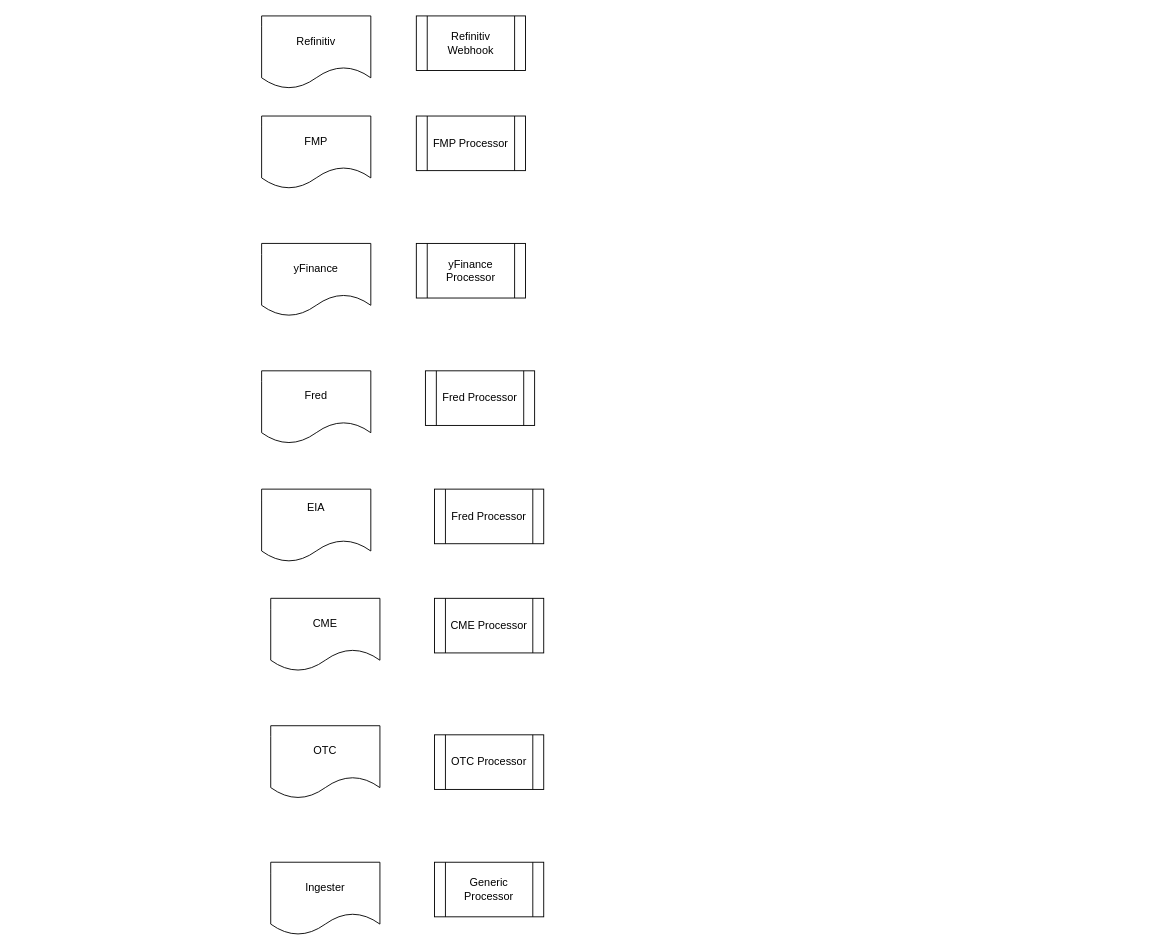
This is Untitled Diagram.drawio from ancgate/WhereToLiveRecommender, a draw.io file, before an edit. Source tidied: cells renumbered, new cells numbered last; positions are measured from the earlier drawing's top-left corner, leaving out a move shared by most shapes. Both pictures are drawn from the tidied source at 91%, with x=0, y=0 at pixel (261, 15).
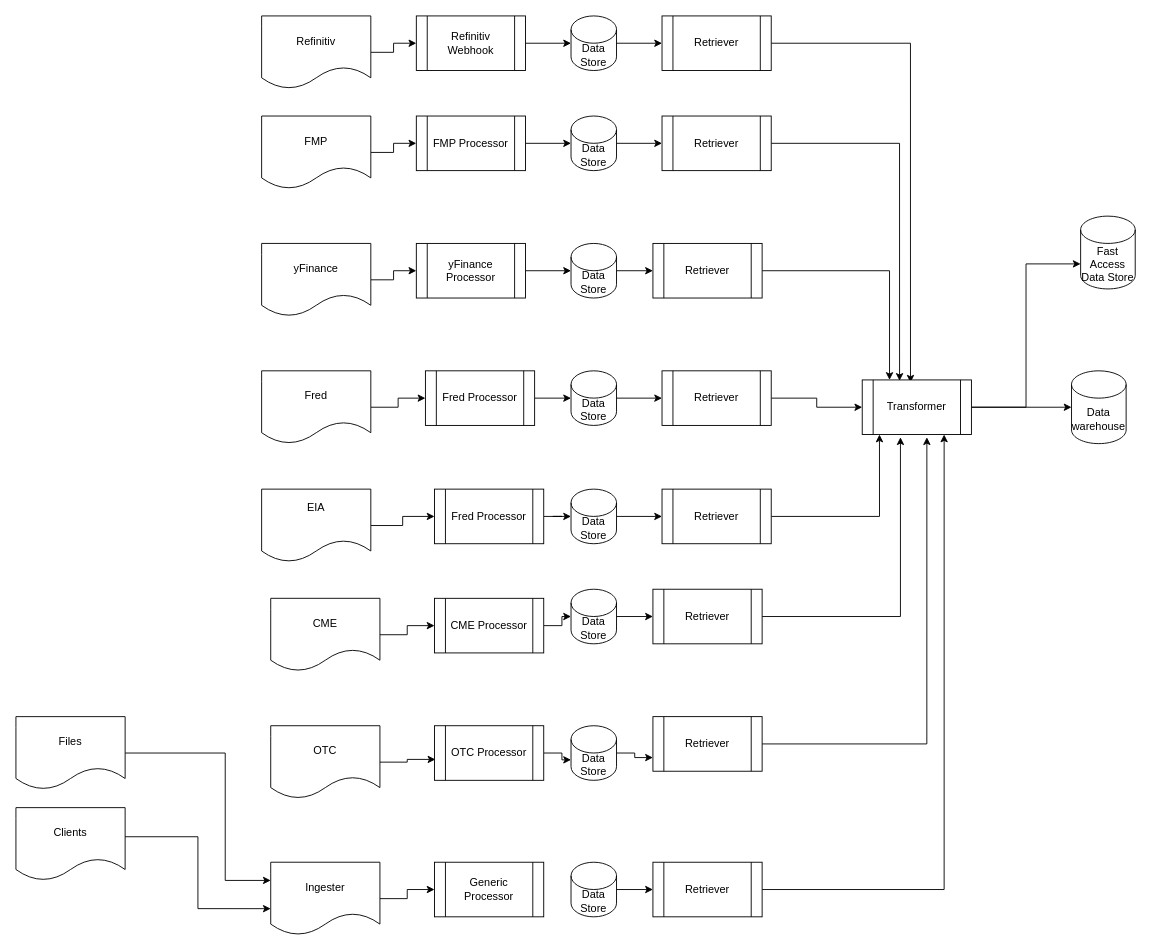
The same page after the edit.

The change refers to these unchanged cells:
```xml
<mxCell id="2" value="&#10;EIA&#10;&#10;" style="shape=document;whiteSpace=wrap;html=1;boundedLbl=1;" parent="1" vertex="1">
  <mxGeometry y="520" width="120" height="80" as="geometry" />
</mxCell>
<mxCell id="3" value="Fred" style="shape=document;whiteSpace=wrap;html=1;boundedLbl=1;" parent="1" vertex="1">
  <mxGeometry y="390" width="120" height="80" as="geometry" />
</mxCell>
<mxCell id="4" value="yFinance" style="shape=document;whiteSpace=wrap;html=1;boundedLbl=1;" parent="1" vertex="1">
  <mxGeometry y="250" width="120" height="80" as="geometry" />
</mxCell>
<mxCell id="5" value="FMP" style="shape=document;whiteSpace=wrap;html=1;boundedLbl=1;" parent="1" vertex="1">
  <mxGeometry y="110" width="120" height="80" as="geometry" />
</mxCell>
<mxCell id="6" value="Refinitiv" style="shape=document;whiteSpace=wrap;html=1;boundedLbl=1;" parent="1" vertex="1">
  <mxGeometry width="120" height="80" as="geometry" />
</mxCell>
<mxCell id="7" value="CME" style="shape=document;whiteSpace=wrap;html=1;boundedLbl=1;" parent="1" vertex="1">
  <mxGeometry x="10" y="640" width="120" height="80" as="geometry" />
</mxCell>
<mxCell id="8" value="OTC" style="shape=document;whiteSpace=wrap;html=1;boundedLbl=1;" parent="1" vertex="1">
  <mxGeometry x="10" y="780" width="120" height="80" as="geometry" />
</mxCell>
<mxCell id="9" value="Ingester" style="shape=document;whiteSpace=wrap;html=1;boundedLbl=1;" parent="1" vertex="1">
  <mxGeometry x="10" y="930" width="120" height="80" as="geometry" />
</mxCell>
<mxCell id="10" value="Refinitiv Webhook" style="shape=process;whiteSpace=wrap;html=1;backgroundOutline=1;" parent="1" vertex="1">
  <mxGeometry x="170" width="120" height="60" as="geometry" />
</mxCell>
<mxCell id="11" value="FMP Processor" style="shape=process;whiteSpace=wrap;html=1;backgroundOutline=1;" parent="1" vertex="1">
  <mxGeometry x="170" y="110" width="120" height="60" as="geometry" />
</mxCell>
<mxCell id="12" value="yFinance Processor" style="shape=process;whiteSpace=wrap;html=1;backgroundOutline=1;" parent="1" vertex="1">
  <mxGeometry x="170" y="250" width="120" height="60" as="geometry" />
</mxCell>
<mxCell id="13" value="Fred Processor" style="shape=process;whiteSpace=wrap;html=1;backgroundOutline=1;" parent="1" vertex="1">
  <mxGeometry x="180" y="390" width="120" height="60" as="geometry" />
</mxCell>
<mxCell id="15" value="CME Processor" style="shape=process;whiteSpace=wrap;html=1;backgroundOutline=1;" parent="1" vertex="1">
  <mxGeometry x="190" y="640" width="120" height="60" as="geometry" />
</mxCell>
<mxCell id="16" value="Fred Processor" style="shape=process;whiteSpace=wrap;html=1;backgroundOutline=1;" parent="1" vertex="1">
  <mxGeometry x="190" y="520" width="120" height="60" as="geometry" />
</mxCell>
<mxCell id="17" value="Generic Processor" style="shape=process;whiteSpace=wrap;html=1;backgroundOutline=1;" parent="1" vertex="1">
  <mxGeometry x="190" y="930" width="120" height="60" as="geometry" />
</mxCell>
```

What changed in the source:
```diff
@@
+    <mxCell id="18" style="edgeStyle=orthogonalEdgeStyle;rounded=0;jettySize=auto;html=1;entryX=0;entryY=0.5;entryDx=0;entryDy=0;" parent="1" edge="1" source="2" target="16">
+      <mxGeometry relative="1" as="geometry" />
+    </mxCell>
@@
+    <mxCell id="19" style="edgeStyle=orthogonalEdgeStyle;rounded=0;jettySize=auto;html=1;" parent="1" edge="1" source="3" target="13">
+      <mxGeometry relative="1" as="geometry" />
+    </mxCell>
@@
+    <mxCell id="20" style="edgeStyle=orthogonalEdgeStyle;rounded=0;jettySize=auto;html=1;entryX=0;entryY=0.5;entryDx=0;entryDy=0;" parent="1" edge="1" source="4" target="12">
+      <mxGeometry relative="1" as="geometry" />
+    </mxCell>
@@
+    <mxCell id="21" style="edgeStyle=orthogonalEdgeStyle;rounded=0;jettySize=auto;html=1;entryX=0;entryY=0.5;entryDx=0;entryDy=0;" parent="1" edge="1" source="5" target="11">
+      <mxGeometry relative="1" as="geometry" />
+    </mxCell>
@@
+    <mxCell id="22" style="edgeStyle=orthogonalEdgeStyle;rounded=0;jettySize=auto;html=1;" parent="1" edge="1" source="6" target="10">
+      <mxGeometry relative="1" as="geometry" />
+    </mxCell>
@@
+    <mxCell id="23" style="edgeStyle=orthogonalEdgeStyle;rounded=0;jettySize=auto;html=1;entryX=0;entryY=0.5;entryDx=0;entryDy=0;" parent="1" edge="1" source="7" target="15">
+      <mxGeometry relative="1" as="geometry" />
+    </mxCell>
@@
+    <mxCell id="24" style="edgeStyle=orthogonalEdgeStyle;rounded=0;jettySize=auto;html=1;entryX=0.008;entryY=0.617;entryDx=0;entryDy=0;entryPerimeter=0;" parent="1" edge="1" source="8" target="14">
+      <mxGeometry relative="1" as="geometry" />
+    </mxCell>
@@
+    <mxCell id="25" style="edgeStyle=orthogonalEdgeStyle;rounded=0;jettySize=auto;html=1;entryX=0;entryY=0.5;entryDx=0;entryDy=0;" parent="1" edge="1" source="9" target="17">
+      <mxGeometry relative="1" as="geometry" />
+    </mxCell>
@@
+    <mxCell id="26" style="edgeStyle=orthogonalEdgeStyle;rounded=0;jettySize=auto;html=1;" parent="1" edge="1" source="10" target="42">
+      <mxGeometry relative="1" as="geometry" />
+    </mxCell>
@@
+    <mxCell id="27" style="edgeStyle=orthogonalEdgeStyle;rounded=0;jettySize=auto;html=1;" parent="1" edge="1" source="11" target="46">
+      <mxGeometry relative="1" as="geometry" />
+    </mxCell>
@@
+    <mxCell id="28" style="edgeStyle=orthogonalEdgeStyle;rounded=0;jettySize=auto;html=1;" parent="1" edge="1" source="12" target="48">
+      <mxGeometry relative="1" as="geometry" />
+    </mxCell>
@@
+    <mxCell id="29" style="edgeStyle=orthogonalEdgeStyle;rounded=0;jettySize=auto;html=1;entryX=0;entryY=0.5;entryDx=0;entryDy=0;entryPerimeter=0;" parent="1" edge="1" source="13" target="44">
+      <mxGeometry relative="1" as="geometry" />
+    </mxCell>
@@
+    <mxCell id="30" style="edgeStyle=orthogonalEdgeStyle;rounded=0;jettySize=auto;html=1;entryX=0;entryY=0;entryDx=0;entryDy=37.5;entryPerimeter=0;" parent="1" edge="1" source="14" target="34">
+      <mxGeometry relative="1" as="geometry" />
+    </mxCell>
     <mxCell id="14" value="OTC Processor" style="shape=process;whiteSpace=wrap;html=1;backgroundOutline=1;" parent="1" vertex="1">
-      <mxGeometry x="190" y="790" width="120" height="60" as="geometry" />
+      <mxGeometry x="190" y="780" width="120" height="60" as="geometry" />
     </mxCell>
+    <mxCell id="31" style="edgeStyle=orthogonalEdgeStyle;rounded=0;jettySize=auto;html=1;" parent="1" edge="1" source="15" target="38">
+      <mxGeometry relative="1" as="geometry" />
+    </mxCell>
@@
+    <mxCell id="32" style="edgeStyle=orthogonalEdgeStyle;rounded=0;jettySize=auto;html=1;" parent="1" edge="1" source="16" target="40">
+      <mxGeometry relative="1" as="geometry" />
+    </mxCell>
@@
+    <mxCell id="33" style="edgeStyle=orthogonalEdgeStyle;rounded=0;jettySize=auto;html=1;entryX=0;entryY=0.75;entryDx=0;entryDy=0;" parent="1" edge="1" source="34" target="62">
+      <mxGeometry relative="1" as="geometry" />
+    </mxCell>
+    <mxCell id="34" value="Data Store" style="shape=cylinder3;whiteSpace=wrap;html=1;boundedLbl=1;backgroundOutline=1;size=15;" parent="1" vertex="1">
+      <mxGeometry x="340" y="780" width="50" height="60" as="geometry" />
+    </mxCell>
+    <mxCell id="35" style="edgeStyle=orthogonalEdgeStyle;rounded=0;jettySize=auto;html=1;entryX=0;entryY=0.5;entryDx=0;entryDy=0;" parent="1" edge="1" source="36" target="64">
+      <mxGeometry relative="1" as="geometry" />
+    </mxCell>
+    <mxCell id="36" value="Data Store" style="shape=cylinder3;whiteSpace=wrap;html=1;boundedLbl=1;backgroundOutline=1;size=15;" parent="1" vertex="1">
+      <mxGeometry x="340" y="930" width="50" height="60" as="geometry" />
+    </mxCell>
+    <mxCell id="37" style="edgeStyle=orthogonalEdgeStyle;rounded=0;jettySize=auto;html=1;entryX=0;entryY=0.5;entryDx=0;entryDy=0;" parent="1" edge="1" source="38" target="60">
+      <mxGeometry relative="1" as="geometry" />
+    </mxCell>
+    <mxCell id="38" value="Data Store" style="shape=cylinder3;whiteSpace=wrap;html=1;boundedLbl=1;backgroundOutline=1;size=15;" parent="1" vertex="1">
+      <mxGeometry x="340" y="630" width="50" height="60" as="geometry" />
+    </mxCell>
+    <mxCell id="39" style="edgeStyle=orthogonalEdgeStyle;rounded=0;jettySize=auto;html=1;" parent="1" edge="1" source="40" target="58">
+      <mxGeometry relative="1" as="geometry" />
+    </mxCell>
+    <mxCell id="40" value="Data Store" style="shape=cylinder3;whiteSpace=wrap;html=1;boundedLbl=1;backgroundOutline=1;size=15;" parent="1" vertex="1">
+      <mxGeometry x="340" y="520" width="50" height="60" as="geometry" />
+    </mxCell>
+    <mxCell id="41" style="edgeStyle=orthogonalEdgeStyle;rounded=0;jettySize=auto;html=1;entryX=0;entryY=0.5;entryDx=0;entryDy=0;" parent="1" edge="1" source="42" target="50">
+      <mxGeometry relative="1" as="geometry" />
+    </mxCell>
+    <mxCell id="42" value="Data Store" style="shape=cylinder3;whiteSpace=wrap;html=1;boundedLbl=1;backgroundOutline=1;size=15;" parent="1" vertex="1">
+      <mxGeometry x="340" width="50" height="60" as="geometry" />
+    </mxCell>
+    <mxCell id="43" style="edgeStyle=orthogonalEdgeStyle;rounded=0;jettySize=auto;html=1;entryX=0;entryY=0.5;entryDx=0;entryDy=0;" parent="1" edge="1" source="44" target="56">
+      <mxGeometry relative="1" as="geometry" />
+    </mxCell>
+    <mxCell id="44" value="Data Store" style="shape=cylinder3;whiteSpace=wrap;html=1;boundedLbl=1;backgroundOutline=1;size=15;" parent="1" vertex="1">
+      <mxGeometry x="340" y="390" width="50" height="60" as="geometry" />
+    </mxCell>
+    <mxCell id="45" style="edgeStyle=orthogonalEdgeStyle;rounded=0;jettySize=auto;html=1;entryX=0;entryY=0.5;entryDx=0;entryDy=0;" parent="1" edge="1" source="46" target="52">
+      <mxGeometry relative="1" as="geometry" />
+    </mxCell>
+    <mxCell id="46" value="Data Store" style="shape=cylinder3;whiteSpace=wrap;html=1;boundedLbl=1;backgroundOutline=1;size=15;" parent="1" vertex="1">
+      <mxGeometry x="340" y="110" width="50" height="60" as="geometry" />
+    </mxCell>
+    <mxCell id="47" style="edgeStyle=orthogonalEdgeStyle;rounded=0;jettySize=auto;html=1;entryX=0;entryY=0.5;entryDx=0;entryDy=0;" parent="1" edge="1" source="48" target="54">
+      <mxGeometry relative="1" as="geometry" />
+    </mxCell>
+    <mxCell id="48" value="Data Store" style="shape=cylinder3;whiteSpace=wrap;html=1;boundedLbl=1;backgroundOutline=1;size=15;" parent="1" vertex="1">
+      <mxGeometry x="340" y="250" width="50" height="60" as="geometry" />
+    </mxCell>
+    <mxCell id="49" style="edgeStyle=orthogonalEdgeStyle;rounded=0;jettySize=auto;html=1;entryX=0.442;entryY=0.05;entryDx=0;entryDy=0;entryPerimeter=0;" parent="1" edge="1" source="50" target="67">
+      <mxGeometry relative="1" as="geometry" />
+    </mxCell>
+    <mxCell id="50" value="Retriever" style="shape=process;whiteSpace=wrap;html=1;backgroundOutline=1;" parent="1" vertex="1">
+      <mxGeometry x="440" width="120" height="60" as="geometry" />
+    </mxCell>
+    <mxCell id="51" style="edgeStyle=orthogonalEdgeStyle;rounded=0;jettySize=auto;html=1;entryX=0.342;entryY=0.017;entryDx=0;entryDy=0;entryPerimeter=0;" parent="1" edge="1" source="52" target="67">
+      <mxGeometry relative="1" as="geometry" />
+    </mxCell>
+    <mxCell id="52" value="Retriever" style="shape=process;whiteSpace=wrap;html=1;backgroundOutline=1;" parent="1" vertex="1">
+      <mxGeometry x="440" y="110" width="120" height="60" as="geometry" />
+    </mxCell>
+    <mxCell id="53" style="edgeStyle=orthogonalEdgeStyle;rounded=0;jettySize=auto;html=1;entryX=0.25;entryY=0;entryDx=0;entryDy=0;" parent="1" edge="1" source="54" target="67">
+      <mxGeometry relative="1" as="geometry" />
+    </mxCell>
+    <mxCell id="54" value="Retriever" style="shape=process;whiteSpace=wrap;html=1;backgroundOutline=1;" parent="1" vertex="1">
+      <mxGeometry x="430" y="250" width="120" height="60" as="geometry" />
+    </mxCell>
+    <mxCell id="55" style="edgeStyle=orthogonalEdgeStyle;rounded=0;jettySize=auto;html=1;entryX=0;entryY=0.5;entryDx=0;entryDy=0;" parent="1" edge="1" source="56" target="67">
+      <mxGeometry relative="1" as="geometry" />
+    </mxCell>
+    <mxCell id="56" value="Retriever" style="shape=process;whiteSpace=wrap;html=1;backgroundOutline=1;" parent="1" vertex="1">
+      <mxGeometry x="440" y="390" width="120" height="60" as="geometry" />
+    </mxCell>
+    <mxCell id="57" style="edgeStyle=orthogonalEdgeStyle;rounded=0;jettySize=auto;html=1;entryX=0.158;entryY=1;entryDx=0;entryDy=0;entryPerimeter=0;" parent="1" edge="1" source="58" target="67">
+      <mxGeometry relative="1" as="geometry" />
+    </mxCell>
+    <mxCell id="58" value="Retriever" style="shape=process;whiteSpace=wrap;html=1;backgroundOutline=1;" parent="1" vertex="1">
+      <mxGeometry x="440" y="520" width="120" height="60" as="geometry" />
+    </mxCell>
+    <mxCell id="59" style="edgeStyle=orthogonalEdgeStyle;rounded=0;jettySize=auto;html=1;entryX=0.35;entryY=1.05;entryDx=0;entryDy=0;entryPerimeter=0;" parent="1" edge="1" source="60" target="67">
+      <mxGeometry relative="1" as="geometry" />
+    </mxCell>
+    <mxCell id="60" value="Retriever" style="shape=process;whiteSpace=wrap;html=1;backgroundOutline=1;" parent="1" vertex="1">
+      <mxGeometry x="430" y="630" width="120" height="60" as="geometry" />
+    </mxCell>
+    <mxCell id="61" style="edgeStyle=orthogonalEdgeStyle;rounded=0;jettySize=auto;html=1;entryX=0.592;entryY=1.05;entryDx=0;entryDy=0;entryPerimeter=0;" parent="1" edge="1" source="62" target="67">
+      <mxGeometry relative="1" as="geometry" />
+    </mxCell>
+    <mxCell id="62" value="Retriever" style="shape=process;whiteSpace=wrap;html=1;backgroundOutline=1;" parent="1" vertex="1">
+      <mxGeometry x="430" y="770" width="120" height="60" as="geometry" />
+    </mxCell>
+    <mxCell id="63" style="edgeStyle=orthogonalEdgeStyle;rounded=0;jettySize=auto;html=1;entryX=0.75;entryY=1;entryDx=0;entryDy=0;" parent="1" edge="1" source="64" target="67">
+      <mxGeometry relative="1" as="geometry" />
+    </mxCell>
+    <mxCell id="64" value="Retriever" style="shape=process;whiteSpace=wrap;html=1;backgroundOutline=1;" parent="1" vertex="1">
+      <mxGeometry x="430" y="930" width="120" height="60" as="geometry" />
+    </mxCell>
+    <mxCell id="65" style="edgeStyle=orthogonalEdgeStyle;rounded=0;jettySize=auto;html=1;entryX=0;entryY=0;entryDx=0;entryDy=52.5;entryPerimeter=0;" parent="1" edge="1" source="67" target="68">
+      <mxGeometry relative="1" as="geometry" />
+    </mxCell>
+    <mxCell id="66" style="edgeStyle=orthogonalEdgeStyle;rounded=0;jettySize=auto;html=1;" parent="1" edge="1" source="67" target="69">
+      <mxGeometry relative="1" as="geometry" />
+    </mxCell>
+    <mxCell id="67" value="Transformer" style="shape=process;whiteSpace=wrap;html=1;backgroundOutline=1;" parent="1" vertex="1">
+      <mxGeometry x="660" y="400" width="120" height="60" as="geometry" />
+    </mxCell>
+    <mxCell id="68" value="Fast Access Data Store" style="shape=cylinder3;whiteSpace=wrap;html=1;boundedLbl=1;backgroundOutline=1;size=15;" parent="1" vertex="1">
+      <mxGeometry x="900" y="220" width="60" height="80" as="geometry" />
+    </mxCell>
+    <mxCell id="69" value="Data warehouse" style="shape=cylinder3;whiteSpace=wrap;html=1;boundedLbl=1;backgroundOutline=1;size=15;" parent="1" vertex="1">
+      <mxGeometry x="890" y="390" width="60" height="80" as="geometry" />
+    </mxCell>
+    <mxCell id="70" style="edgeStyle=orthogonalEdgeStyle;rounded=0;jettySize=auto;html=1;entryX=0;entryY=0.25;entryDx=0;entryDy=0;" parent="1" edge="1" source="71" target="9">
+      <mxGeometry relative="1" as="geometry">
+        <Array as="points">
+          <mxPoint x="-40" y="810" />
+          <mxPoint x="-40" y="950" />
+        </Array>
+      </mxGeometry>
+    </mxCell>
+    <mxCell id="71" value="Files" style="shape=document;whiteSpace=wrap;html=1;boundedLbl=1;" parent="1" vertex="1">
+      <mxGeometry x="-270" y="770" width="120" height="80" as="geometry" />
+    </mxCell>
+    <mxCell id="72" style="edgeStyle=orthogonalEdgeStyle;rounded=0;jettySize=auto;html=1;entryX=0;entryY=0.638;entryDx=0;entryDy=0;entryPerimeter=0;exitX=0.992;exitY=0.4;exitDx=0;exitDy=0;exitPerimeter=0;" parent="1" edge="1" source="73" target="9">
+      <mxGeometry relative="1" as="geometry" />
+    </mxCell>
+    <mxCell id="73" value="Clients" style="shape=document;whiteSpace=wrap;html=1;boundedLbl=1;" parent="1" vertex="1">
+      <mxGeometry x="-270" y="870" width="120" height="80" as="geometry" />
+    </mxCell>
```
